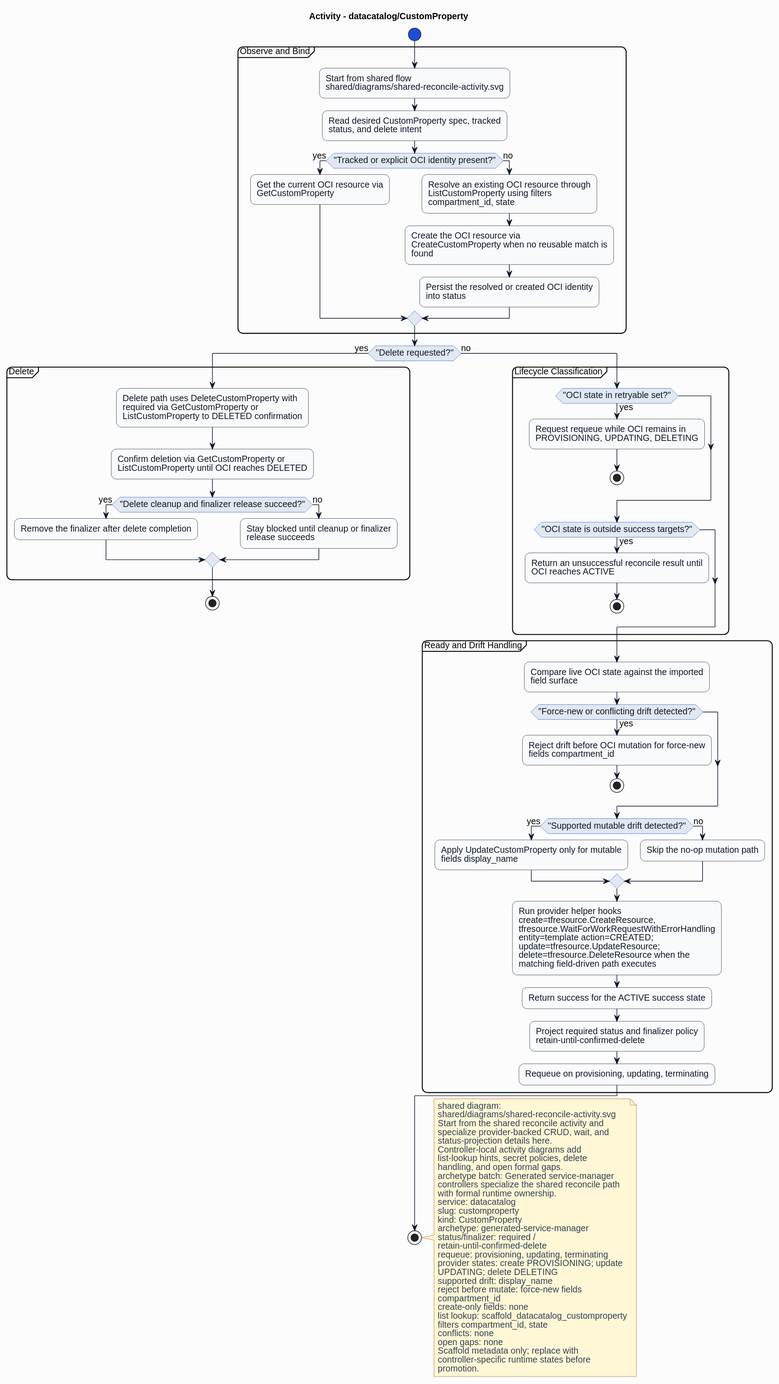
Above: formal/controllers/datacatalog/customproperty/diagrams/activity.svg in HaoyL666/oci-service-operator (PlantUML), before the change.
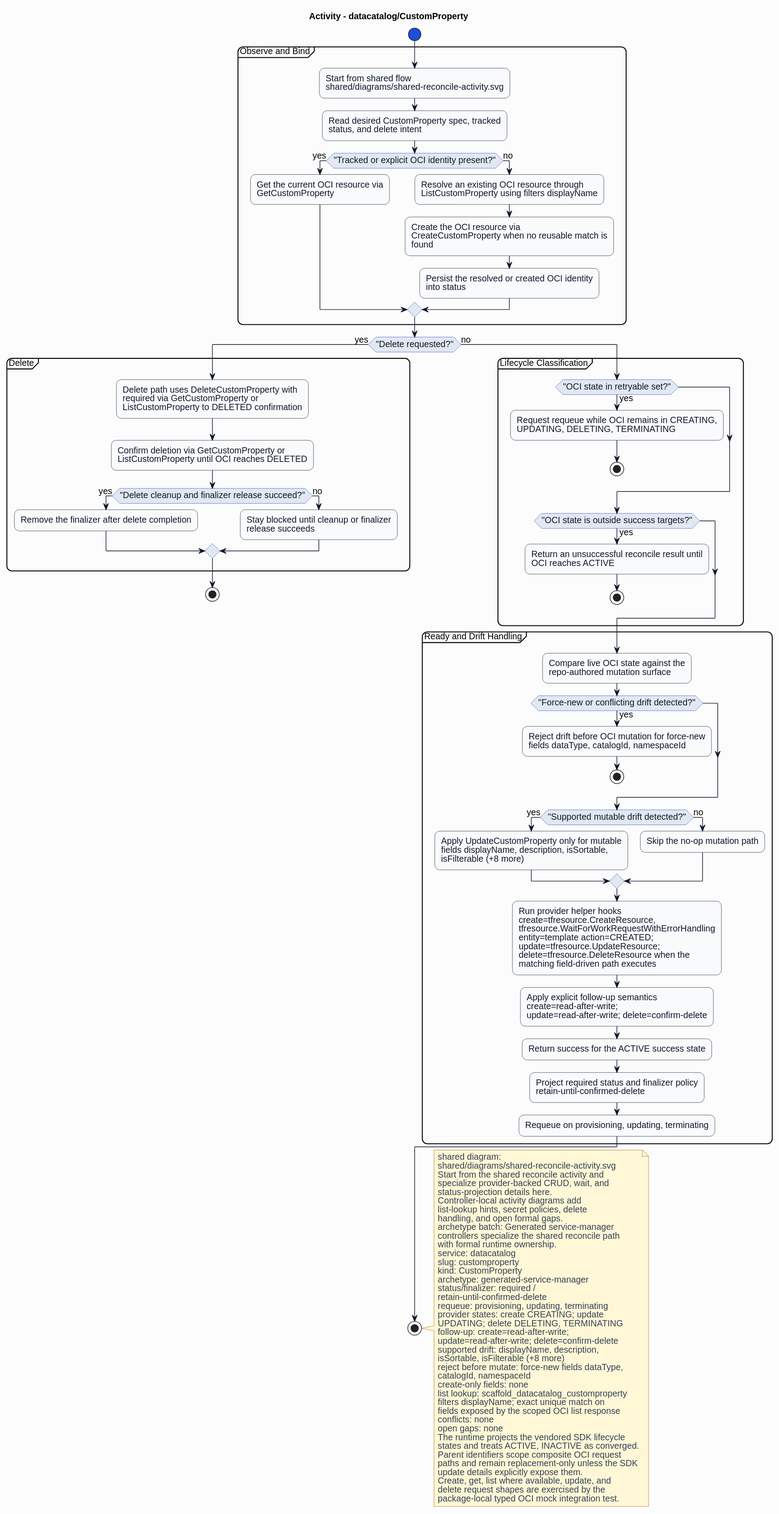
The same file after the commit.

The edit, as a diff of the source:
```diff
@@ -27,7 +27,7 @@
 if ("Tracked or explicit OCI identity present?") then (yes)
 :Get the current OCI resource via\nGetCustomProperty;
 else (no)
-:Resolve an existing OCI resource through\nListCustomProperty using filters\ncompartment_id, state;
+:Resolve an existing OCI resource through\nListCustomProperty using filters displayName;
 :Create the OCI resource via\nCreateCustomProperty when no reusable match is\nfound;
 :Persist the resolved or created OCI identity\ninto status;
 endif
@@ -46,7 +46,7 @@
 else (no)
 partition "Lifecycle Classification" {
 if ("OCI state in retryable set?") then (yes)
-:Request requeue while OCI remains in\nPROVISIONING, UPDATING, DELETING;
+:Request requeue while OCI remains in CREATING,\nUPDATING, DELETING, TERMINATING;
 stop
 endif
 if ("OCI state is outside success targets?") then (yes)
@@ -55,17 +55,18 @@
 endif
 }
 partition "Ready and Drift Handling" {
-:Compare live OCI state against the imported\nfield surface;
+:Compare live OCI state against the\nrepo-authored mutation surface;
 if ("Force-new or conflicting drift detected?") then (yes)
-:Reject drift before OCI mutation for force-new\nfields compartment_id;
+:Reject drift before OCI mutation for force-new\nfields dataType, catalogId, namespaceId;
 stop
 endif
 if ("Supported mutable drift detected?") then (yes)
-:Apply UpdateCustomProperty only for mutable\nfields display_name;
+:Apply UpdateCustomProperty only for mutable\nfields displayName, description, isSortable,\nisFilterable (+8 more);
 else (no)
 :Skip the no-op mutation path;
 endif
 :Run provider helper hooks\ncreate=tfresource.CreateResource,\ntfresource.WaitForWorkRequestWithErrorHandling\nentity=template action=CREATED;\nupdate=tfresource.UpdateResource;\ndelete=tfresource.DeleteResource when the\nmatching field-driven path executes;
+:Apply explicit follow-up semantics\ncreate=read-after-write;\nupdate=read-after-write; delete=confirm-delete;
 :Return success for the ACTIVE success state;
 :Project required status and finalizer policy\nretain-until-confirmed-delete;
 :Requeue on provisioning, updating, terminating;
@@ -91,18 +92,27 @@
 status/finalizer: required /
 retain-until-confirmed-delete
 requeue: provisioning, updating, terminating
-provider states: create PROVISIONING; update
-UPDATING; delete DELETING
-supported drift: display_name
-reject before mutate: force-new fields
-compartment_id
+provider states: create CREATING; update
+UPDATING; delete DELETING, TERMINATING
+follow-up: create=read-after-write;
+update=read-after-write; delete=confirm-delete
+supported drift: displayName, description,
+isSortable, isFilterable (+8 more)
+reject before mutate: force-new fields dataType,
+catalogId, namespaceId
 create-only fields: none
 list lookup: scaffold_datacatalog_customproperty
-filters compartment_id, state
+filters displayName; exact unique match on
+fields exposed by the scoped OCI list response
 conflicts: none
 open gaps: none
-Scaffold metadata only; replace with
-controller-specific runtime states before
-promotion.
+The runtime projects the vendored SDK lifecycle
+states and treats ACTIVE, INACTIVE as converged.
+Parent identifiers scope composite OCI request
+paths and remain replacement-only unless the SDK
+update details explicitly expose them.
+Create, get, list where available, update, and
+delete request shapes are exercised by the
+package-local typed OCI mock integration test.
 end note
 @enduml
```
